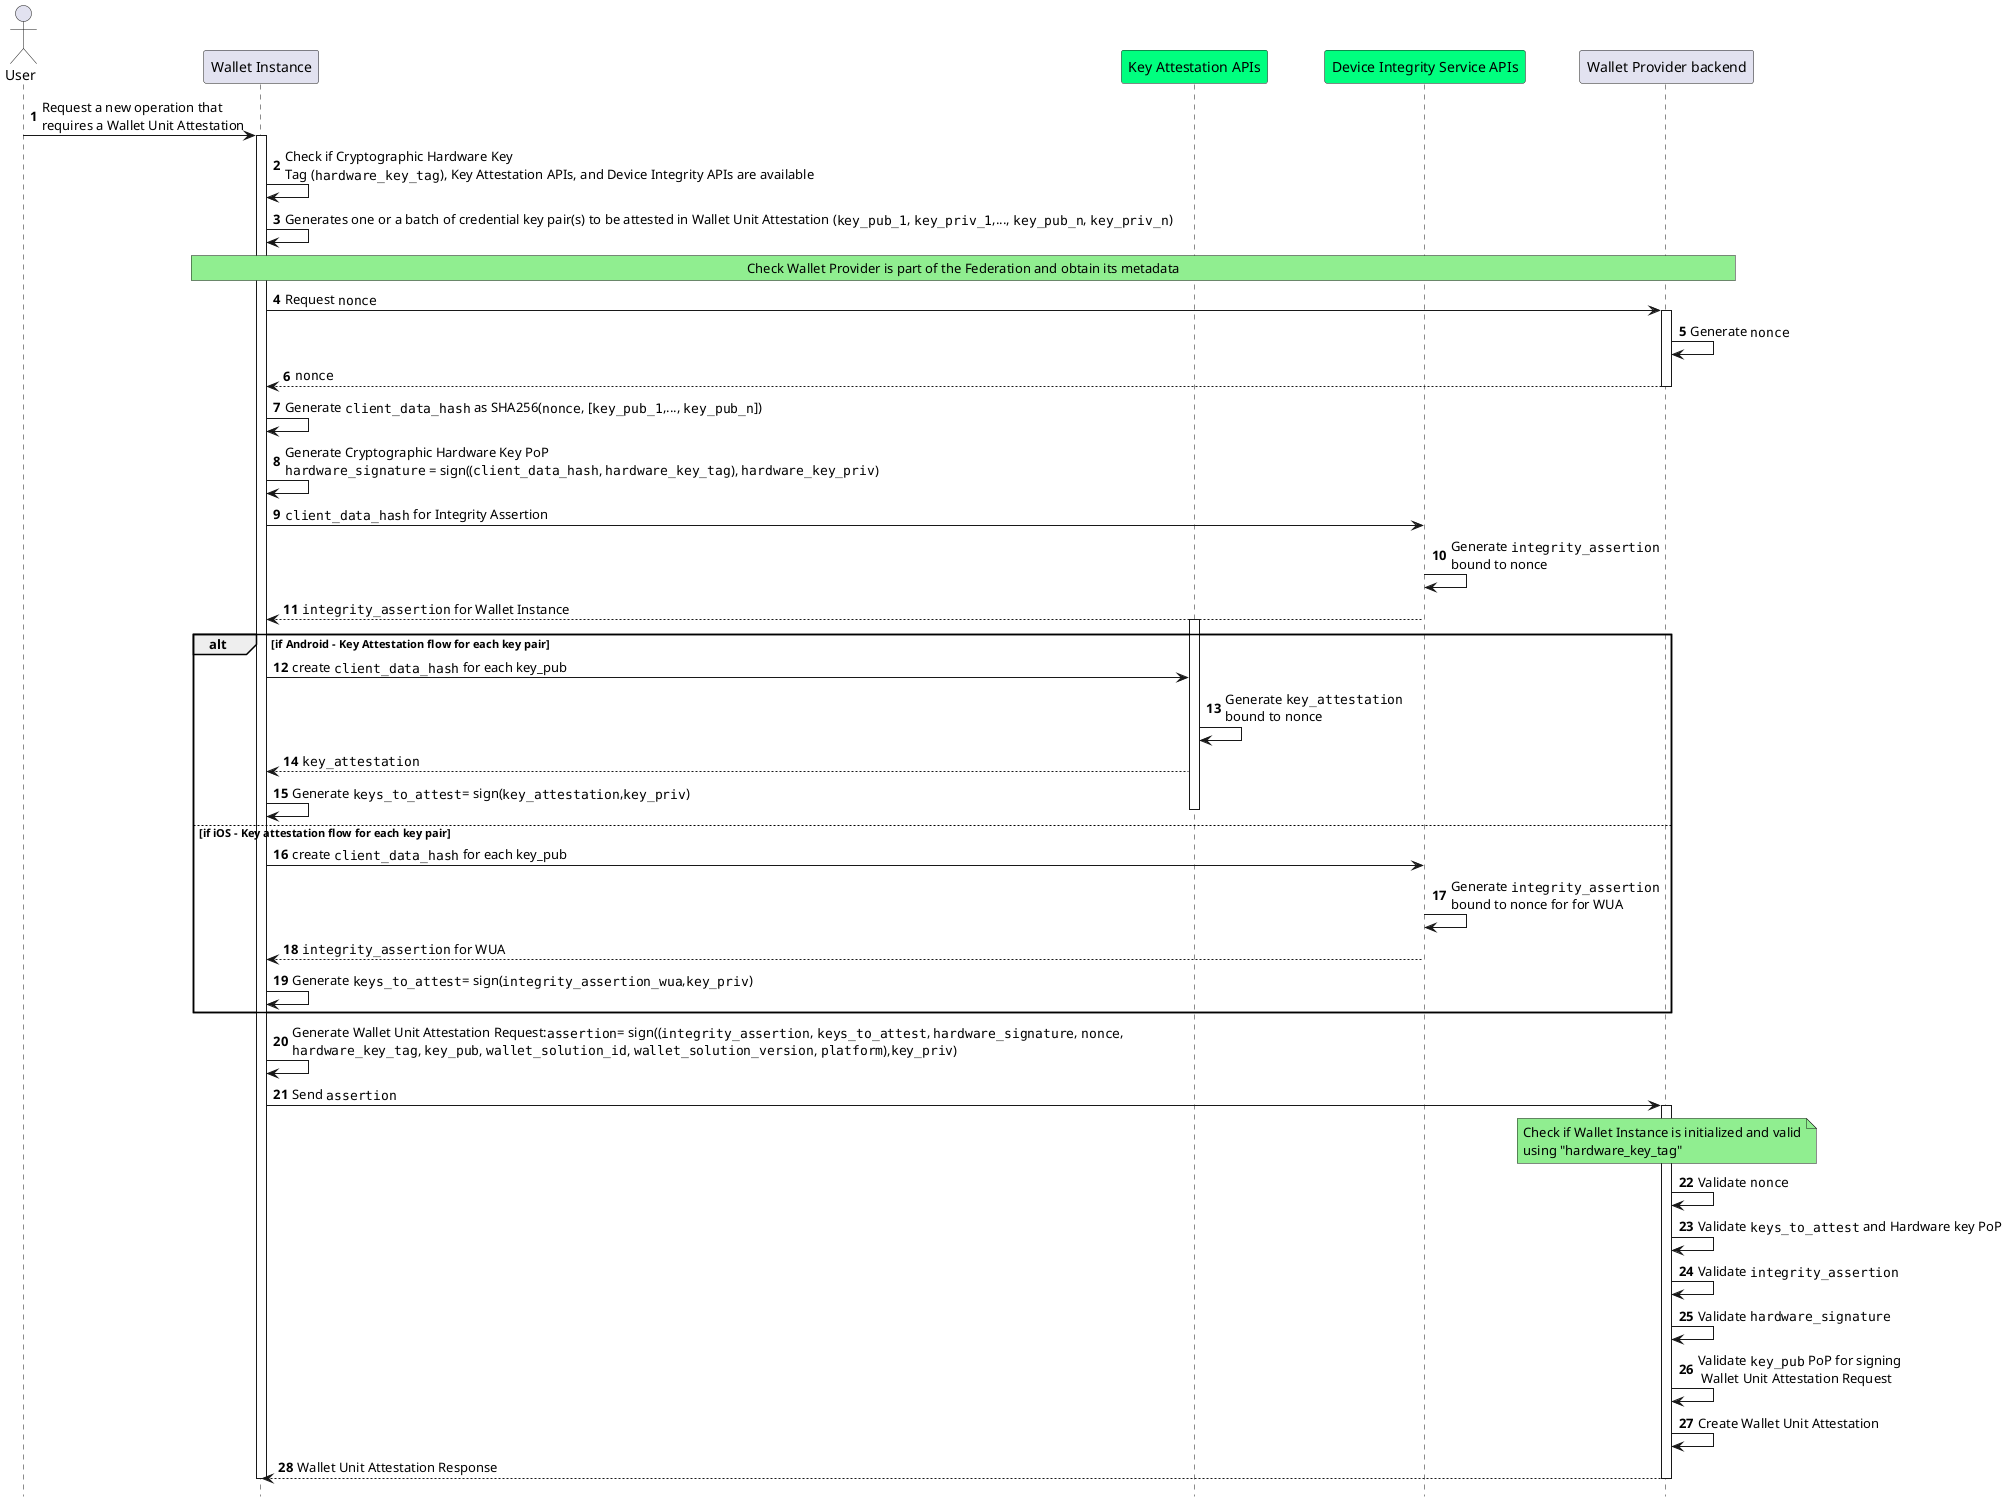
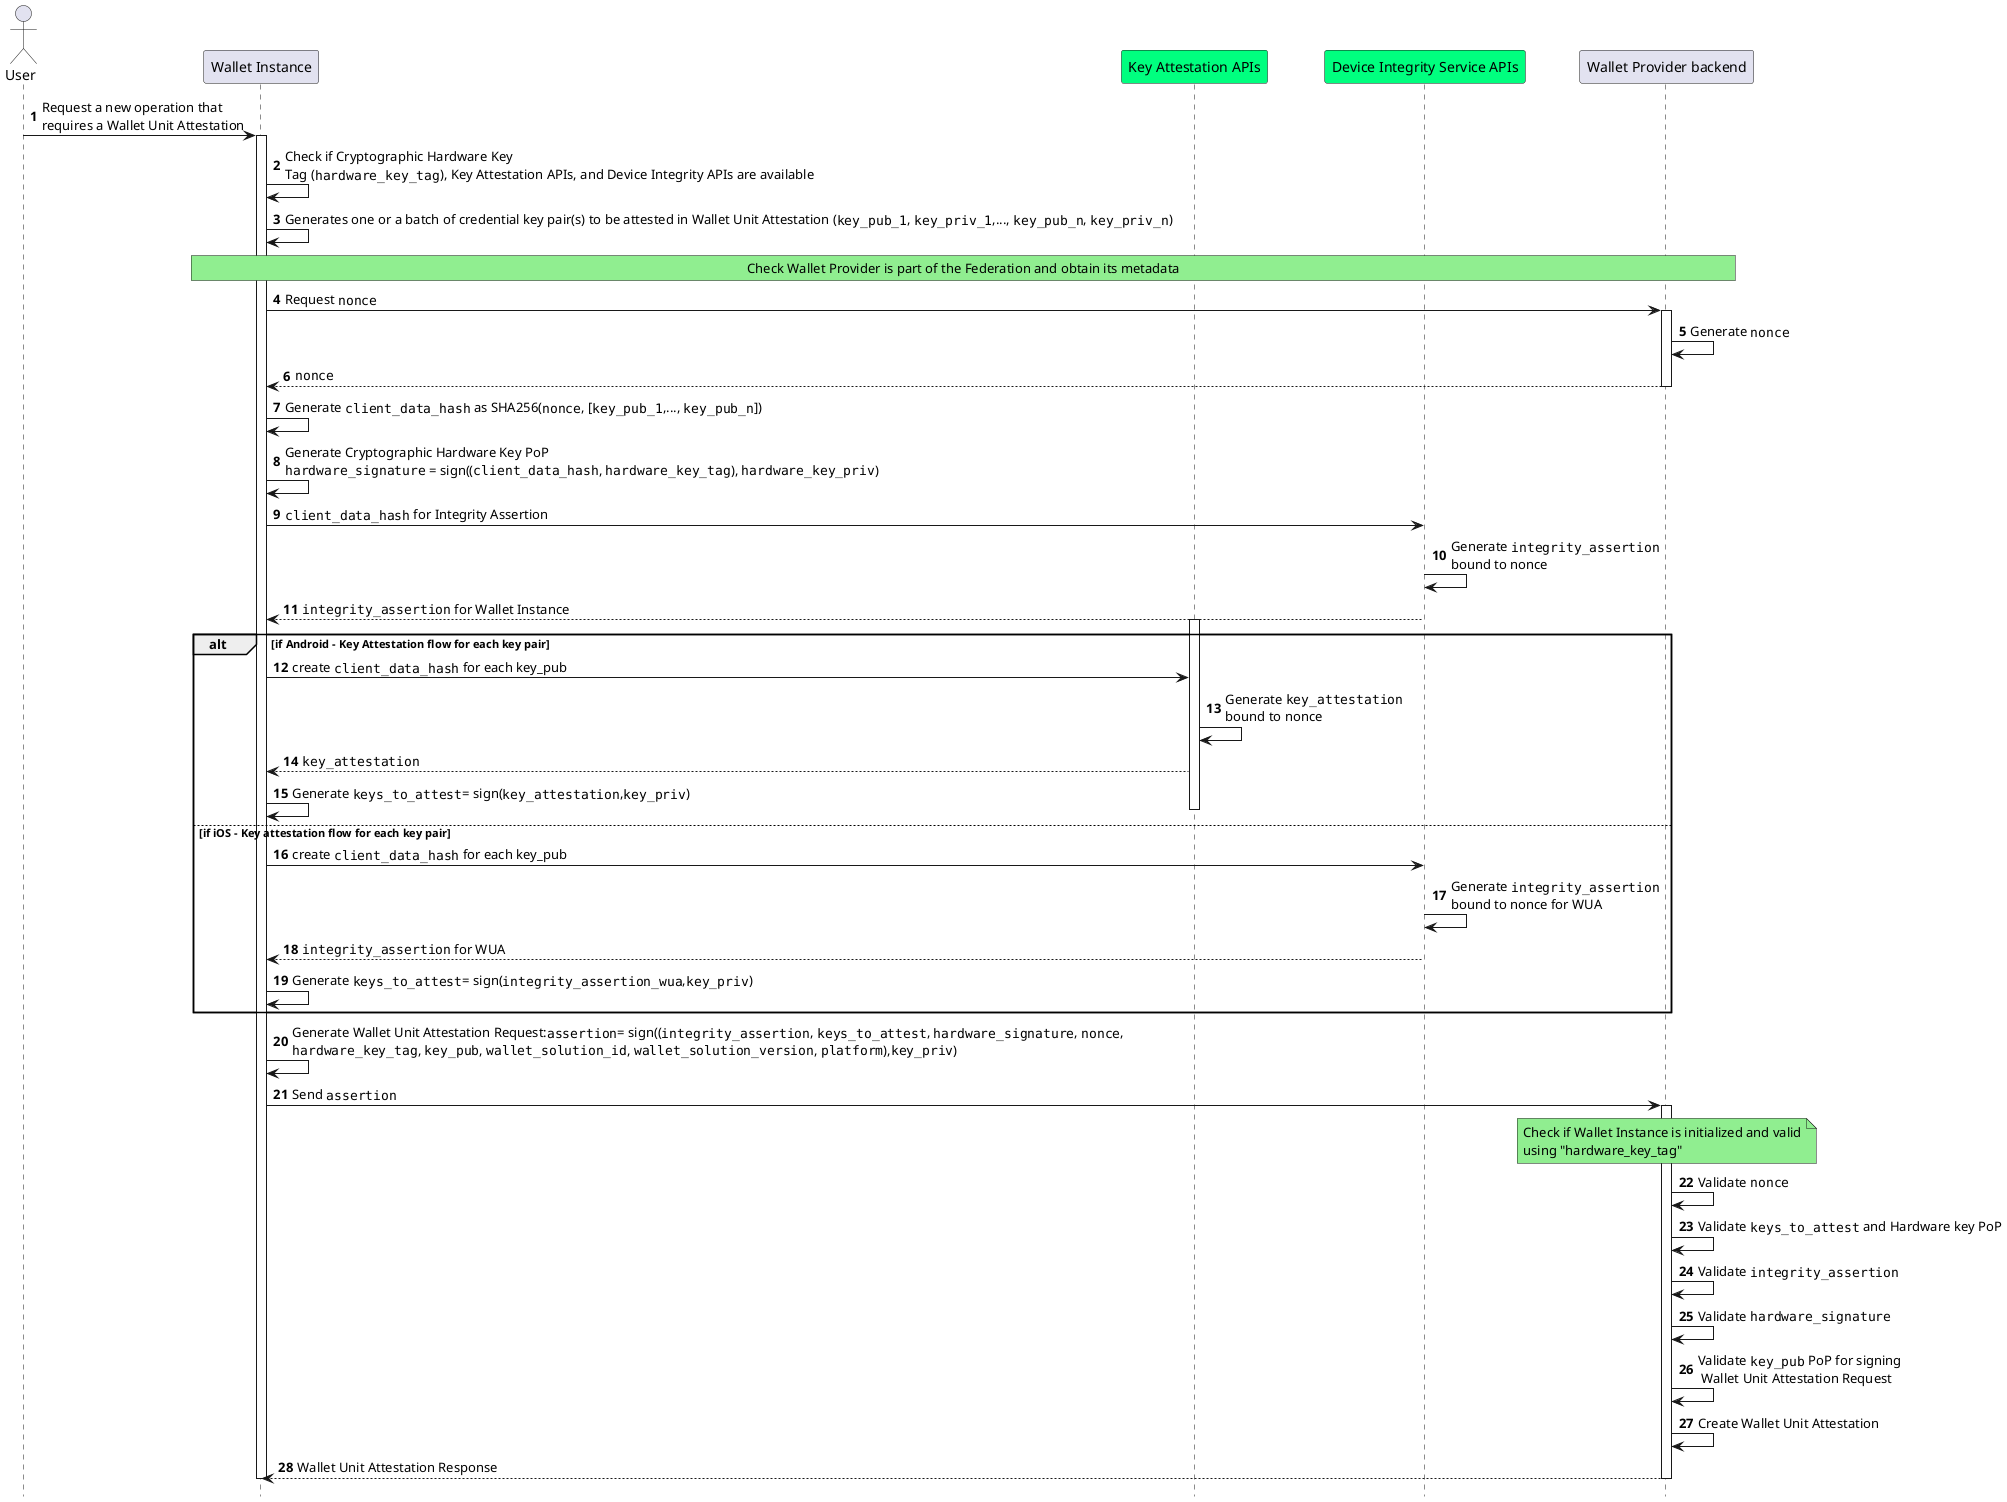
@startuml Wallet App and Wallet Unit Attestations Issuance
autonumber
hide footbox

'Participants
actor "User" as user
participant "Wallet Instance" as app
participant "Key Attestation APIs" as kats #springgreen
participant "Device Integrity Service APIs" as aats #springgreen
participant "Wallet Provider backend" as bck

user->app: Request a new operation that\nrequires a Wallet Unit Attestation
activate app

app->app: Check if Cryptographic Hardware Key \nTag (""hardware_key_tag""), Key Attestation APIs, and Device Integrity APIs are available

app->app: Generates one or a batch of credential key pair(s) to be attested in Wallet Unit Attestation (""key_pub_1"", ""key_priv_1"",..., ""key_pub_n"", ""key_priv_n"")

rnote over app,bck #LIGHTGREEN
Check Wallet Provider is part of the Federation and obtain its metadata
endrnote

app->bck: Request ""nonce""
activate bck

bck->bck: Generate ""nonce""

bck-->app: ""nonce""
deactivate bck


app->app: Generate ""client_data_hash"" as SHA256(""nonce"", [""key_pub_1"",..., ""key_pub_n""])

app->app: Generate Cryptographic Hardware Key PoP\n""hardware_signature"" = sign((""client_data_hash"", ""hardware_key_tag""), ""hardware_key_priv"")

app->aats: ""client_data_hash"" for Integrity Assertion
aats->aats: Generate ""integrity_assertion""\nbound to nonce
aats-->app: ""integrity_assertion"" for Wallet Instance

alt if Android - Key Attestation flow for each key pair

activate kats

app->kats: create ""client_data_hash"" for each key_pub

kats->kats: Generate ""key_attestation""\nbound to nonce

kats-->app: ""key_attestation""
app->app : Generate ""keys_to_attest""= sign(""key_attestation"",""key_priv"")

deactivate kats

else if iOS - Key attestation flow for each key pair

app->aats: create ""client_data_hash"" for each key_pub
- aats->aats: Generate ""integrity_assertion""\nbound to nonce for for WUA
+ aats->aats: Generate ""integrity_assertion""\nbound to nonce for WUA
aats-->app: ""integrity_assertion"" for WUA
app->app : Generate ""keys_to_attest""= sign(""integrity_assertion_wua"",""key_priv"")
end


app->app: Generate Wallet Unit Attestation Request:""assertion""= sign((""integrity_assertion"", ""keys_to_attest"", ""hardware_signature"", ""nonce"",\n""hardware_key_tag"", ""key_pub"", ""wallet_solution_id"", ""wallet_solution_version"", ""platform""),""key_priv"")
app->bck: Send ""assertion""
activate bck
Note over bck, bck #LIGHTGREEN
Check if Wallet Instance is initialized and valid
using "hardware_key_tag"
End note

bck->bck: Validate ""nonce""
bck->bck: Validate ""keys_to_attest"" and Hardware key PoP
bck->bck: Validate ""integrity_assertion""
bck->bck: Validate ""hardware_signature""
bck->bck: Validate ""key_pub"" PoP for signing\n Wallet Unit Attestation Request
bck->bck: Create Wallet Unit Attestation


bck-->app: Wallet Unit Attestation Response

deactivate bck
deactivate app
@enduml